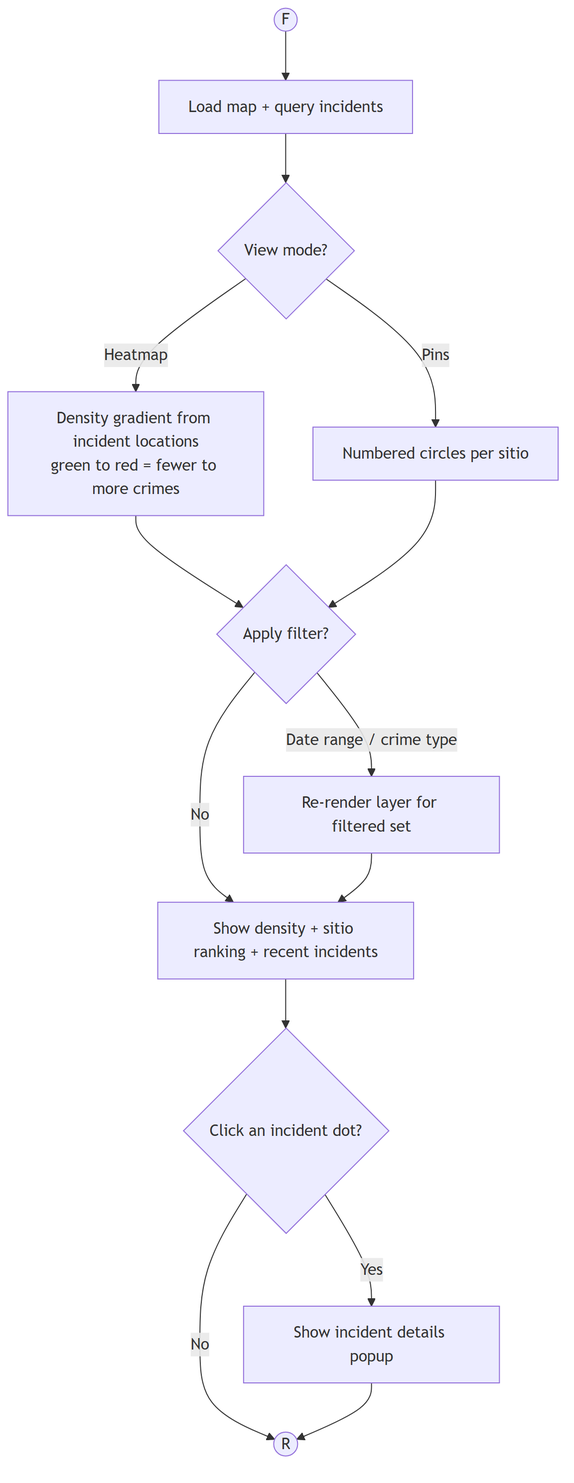
Earlier version of the Mermaid export diagrams/modules/crime_hotspot_map.png (KellyEspera/protect). Its source is kept beside it as diagrams/modules/crime_hotspot_map.mmd.
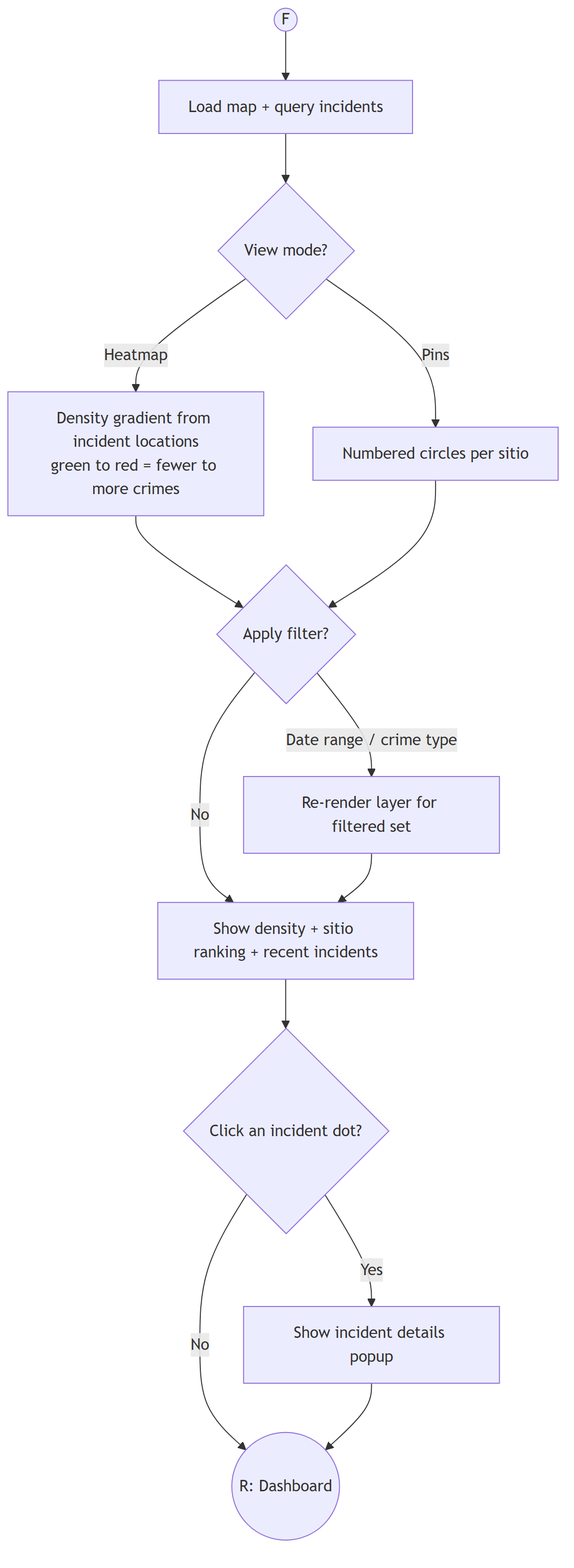
Above is the later version.

Change to the diagram source:
```diff
@@ -14,5 +14,5 @@
     Re --> Show[Show density + sitio ranking + recent incidents]
     Show --> Click{Click an incident dot?}
     Click -- Yes --> Pop[Show incident details popup]
-    Click -- No --> R((R))
+    Click -- No --> R((R: Dashboard))
     Pop --> R
```
